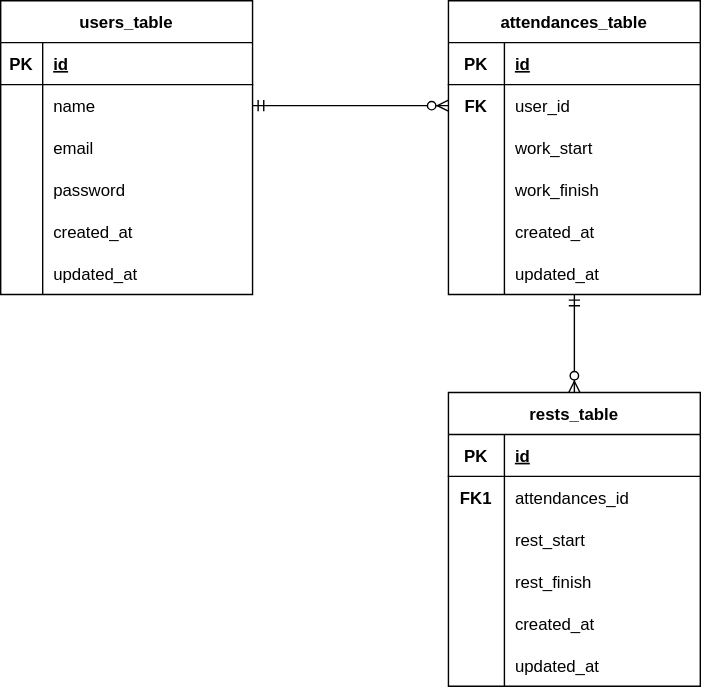
MiyokoNakada/20240423_mockcase-entry keeps this draw.io diagram as ER_Atte_tables.drawio.svg. Above is the earlier version. Source tidied: cells renumbered, new cells last; positions are measured from the earlier drawing's top-left corner, leaving out a move shared by most shapes.
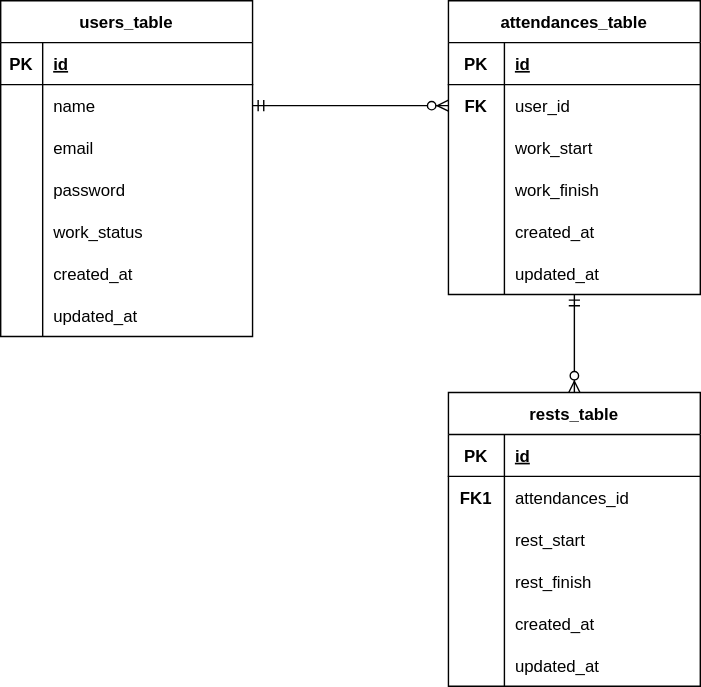
After the commit.

Diff of the diagram source:
```diff
@@ -3,7 +3,7 @@
     <mxCell id="0" />
     <mxCell id="1" parent="0" />
     <mxCell id="2" value="users_table" style="shape=table;startSize=30;rowLines=0;fontStyle=1;align=center;" parent="1" vertex="1">
-      <mxGeometry width="180" height="210" as="geometry" />
+      <mxGeometry width="180" height="240" as="geometry" />
     </mxCell>
     <mxCell id="3" style="shape=tableRow;horizontal=0;startSize=0;swimlaneHead=0;swimlaneBody=0;fillColor=none;top=0;left=0;right=0;bottom=1;" parent="2" vertex="1">
       <mxGeometry y="30" width="180" height="30" as="geometry" />
@@ -41,8 +41,17 @@
     <mxCell id="14" value="password" style="shape=partialRectangle;fillColor=none;top=0;left=0;bottom=0;right=0;align=left;spacingLeft=6;overflow=hidden;" parent="12" vertex="1">
       <mxGeometry x="30" width="150" height="30" as="geometry" />
     </mxCell>
+    <mxCell id="63" style="shape=tableRow;horizontal=0;startSize=0;swimlaneHead=0;swimlaneBody=0;fillColor=none;top=0;left=0;right=0;bottom=0;" parent="2" vertex="1">
+      <mxGeometry y="150" width="180" height="30" as="geometry" />
+    </mxCell>
+    <mxCell id="64" style="shape=partialRectangle;fillColor=none;top=0;left=0;bottom=0;right=0;overflow=hidden;" parent="63" vertex="1">
+      <mxGeometry width="30" height="30" as="geometry" />
+    </mxCell>
+    <mxCell id="65" value="work_status" style="shape=partialRectangle;fillColor=none;top=0;left=0;bottom=0;right=0;align=left;spacingLeft=6;overflow=hidden;" parent="63" vertex="1">
+      <mxGeometry x="30" width="150" height="30" as="geometry" />
+    </mxCell>
     <mxCell id="15" style="shape=tableRow;horizontal=0;startSize=0;swimlaneHead=0;swimlaneBody=0;fillColor=none;top=0;left=0;right=0;bottom=0;" parent="2" vertex="1">
-      <mxGeometry y="150" width="180" height="30" as="geometry" />
+      <mxGeometry y="180" width="180" height="30" as="geometry" />
     </mxCell>
     <mxCell id="16" style="shape=partialRectangle;fillColor=none;top=0;left=0;bottom=0;right=0;overflow=hidden;" parent="15" vertex="1">
       <mxGeometry width="30" height="30" as="geometry" />
@@ -51,7 +60,7 @@
       <mxGeometry x="30" width="150" height="30" as="geometry" />
     </mxCell>
     <mxCell id="18" style="shape=tableRow;horizontal=0;startSize=0;swimlaneHead=0;swimlaneBody=0;fillColor=none;top=0;left=0;right=0;bottom=0;" parent="2" vertex="1">
-      <mxGeometry y="180" width="180" height="30" as="geometry" />
+      <mxGeometry y="210" width="180" height="30" as="geometry" />
     </mxCell>
     <mxCell id="19" style="shape=partialRectangle;fillColor=none;top=0;left=0;bottom=0;right=0;overflow=hidden;" parent="18" vertex="1">
       <mxGeometry width="30" height="30" as="geometry" />
```
